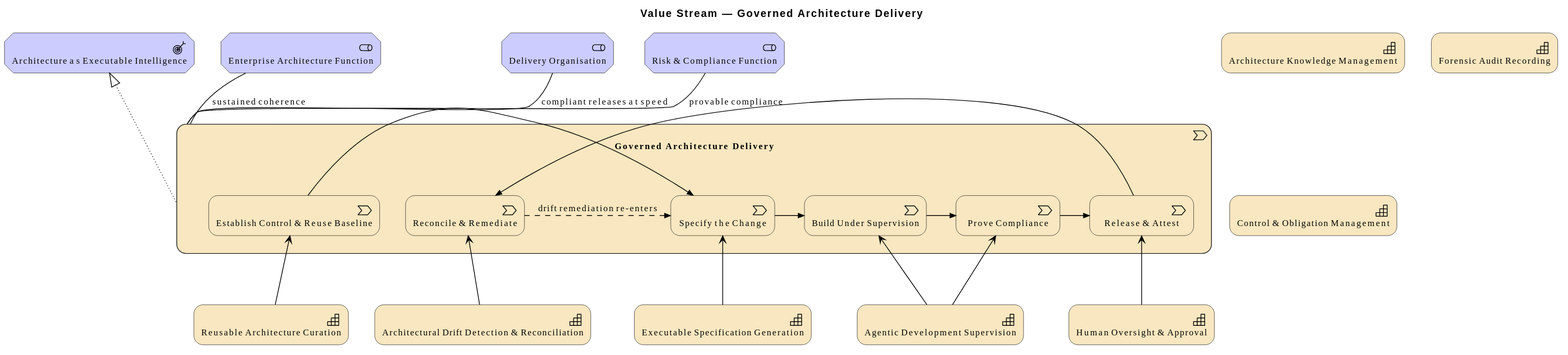
Above: architecture/model/diagrams/vision/6-value-stream.svg in wolffy-au/frictionless-architect (PlantUML), before the change.
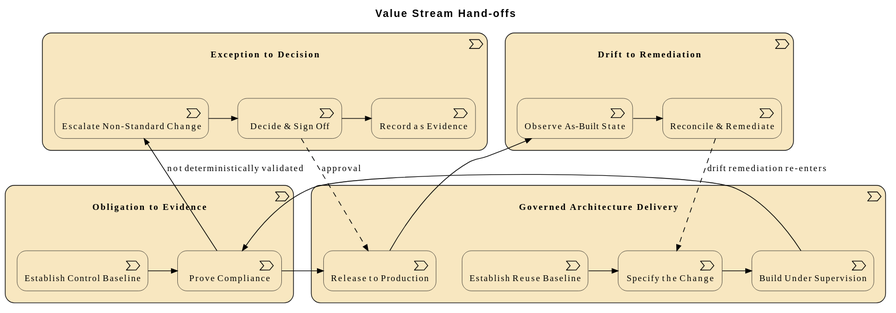
Above is the later version.

What changed in the source:
```diff
@@ -1,43 +1,38 @@
 @startuml
 !include <archimate/Archimate>
 
-title Value Stream — Governed Architecture Delivery
+title Value Stream Hand-offs
 
-Motivation_Stakeholder(e_id3bf463ccf22a53, "Enterprise Architecture Function")
-Motivation_Stakeholder(e_idb1fdf098c7c056, "Delivery Organisation")
-Motivation_Stakeholder(e_id133bbac4b3e450, "Risk & Compliance Function")
-Motivation_Outcome(e_idfbcf1e02e62655, "Architecture as Executable Intelligence")
-Strategy_Capability(e_id18ec07397a9d5f, "Architecture Knowledge Management")
-Strategy_Capability(e_idafba1b4ab1e756, "Executable Specification Generation")
-Strategy_Capability(e_id4a1c34ab69d151, "Agentic Development Supervision")
-Strategy_Capability(e_idc29413a2099958, "Forensic Audit Recording")
-Strategy_Capability(e_id41aa3eb894c852, "Architectural Drift Detection & Reconciliation")
-Strategy_Capability(e_id08f340a094e552, "Human Oversight & Approval")
-Strategy_Capability(e_id72468b5b403450, "Control & Obligation Management")
-Strategy_Capability(e_id752d1de3794f5f, "Reusable Architecture Curation")
 Strategy_ValueStream(e_idcd5e1d4017725d, "Governed Architecture Delivery") {
-  Strategy_ValueStream(e_id447909387df55c, "Establish Control & Reuse Baseline")
+  Strategy_ValueStream(e_id447909387df55c, "Establish Reuse Baseline")
   Strategy_ValueStream(e_id01dab436206551, "Specify the Change")
   Strategy_ValueStream(e_id36fbfe00214758, "Build Under Supervision")
+  Strategy_ValueStream(e_idf362f39778065d, "Release to Production")
+}
+Strategy_ValueStream(e_id7ee8cdbf8ddc57, "Obligation to Evidence") {
+  Strategy_ValueStream(e_idde40c3d2b32359, "Establish Control Baseline")
   Strategy_ValueStream(e_idb542830057125a, "Prove Compliance")
-  Strategy_ValueStream(e_idf362f39778065d, "Release & Attest")
+}
+Strategy_ValueStream(e_idc55b78731ffe56, "Exception to Decision") {
+  Strategy_ValueStream(e_id57940702bdfc58, "Escalate Non-Standard Change")
+  Strategy_ValueStream(e_id2d06864964375b, "Decide & Sign Off")
+  Strategy_ValueStream(e_iddef15dd937ce53, "Record as Evidence")
+}
+Strategy_ValueStream(e_idfa7e21ab28235c, "Drift to Remediation") {
+  Strategy_ValueStream(e_id12b58c7f12735c, "Observe As-Built State")
   Strategy_ValueStream(e_iddd4585a6a08153, "Reconcile & Remediate")
 }
 
-Rel_Association(e_idb1fdf098c7c056, e_idcd5e1d4017725d, "compliant releases at speed")
-Rel_Association(e_id3bf463ccf22a53, e_idcd5e1d4017725d, "sustained coherence")
-Rel_Association(e_id133bbac4b3e450, e_idcd5e1d4017725d, "provable compliance")
-Rel_Realization_Up(e_idcd5e1d4017725d, e_idfbcf1e02e62655, "")
-Rel_Serving_Up(e_id752d1de3794f5f, e_id447909387df55c, "")
-Rel_Serving_Up(e_idafba1b4ab1e756, e_id01dab436206551, "")
-Rel_Serving_Up(e_id4a1c34ab69d151, e_id36fbfe00214758, "")
-Rel_Serving_Up(e_id4a1c34ab69d151, e_idb542830057125a, "")
-Rel_Serving_Up(e_id08f340a094e552, e_idf362f39778065d, "")
-Rel_Serving_Up(e_id41aa3eb894c852, e_iddd4585a6a08153, "")
 Rel_Triggering_Right(e_id447909387df55c, e_id01dab436206551, "")
 Rel_Triggering_Right(e_id01dab436206551, e_id36fbfe00214758, "")
+Rel_Triggering_Right(e_idde40c3d2b32359, e_idb542830057125a, "")
+Rel_Triggering_Right(e_id57940702bdfc58, e_id2d06864964375b, "")
+Rel_Triggering_Right(e_id2d06864964375b, e_iddef15dd937ce53, "")
+Rel_Triggering_Right(e_id12b58c7f12735c, e_iddd4585a6a08153, "")
 Rel_Triggering_Right(e_id36fbfe00214758, e_idb542830057125a, "")
 Rel_Triggering_Right(e_idb542830057125a, e_idf362f39778065d, "")
-Rel_Triggering_Right(e_idf362f39778065d, e_iddd4585a6a08153, "")
-Rel_Flow_Right(e_iddd4585a6a08153, e_id01dab436206551, "drift remediation re-enters")
+Rel_Triggering_Right(e_idb542830057125a, e_id57940702bdfc58, "not deterministically validated")
+Rel_Flow(e_id2d06864964375b, e_idf362f39778065d, "approval")
+Rel_Triggering_Right(e_idf362f39778065d, e_id12b58c7f12735c, "")
+Rel_Flow(e_iddd4585a6a08153, e_id01dab436206551, "drift remediation re-enters")
 @enduml
```
